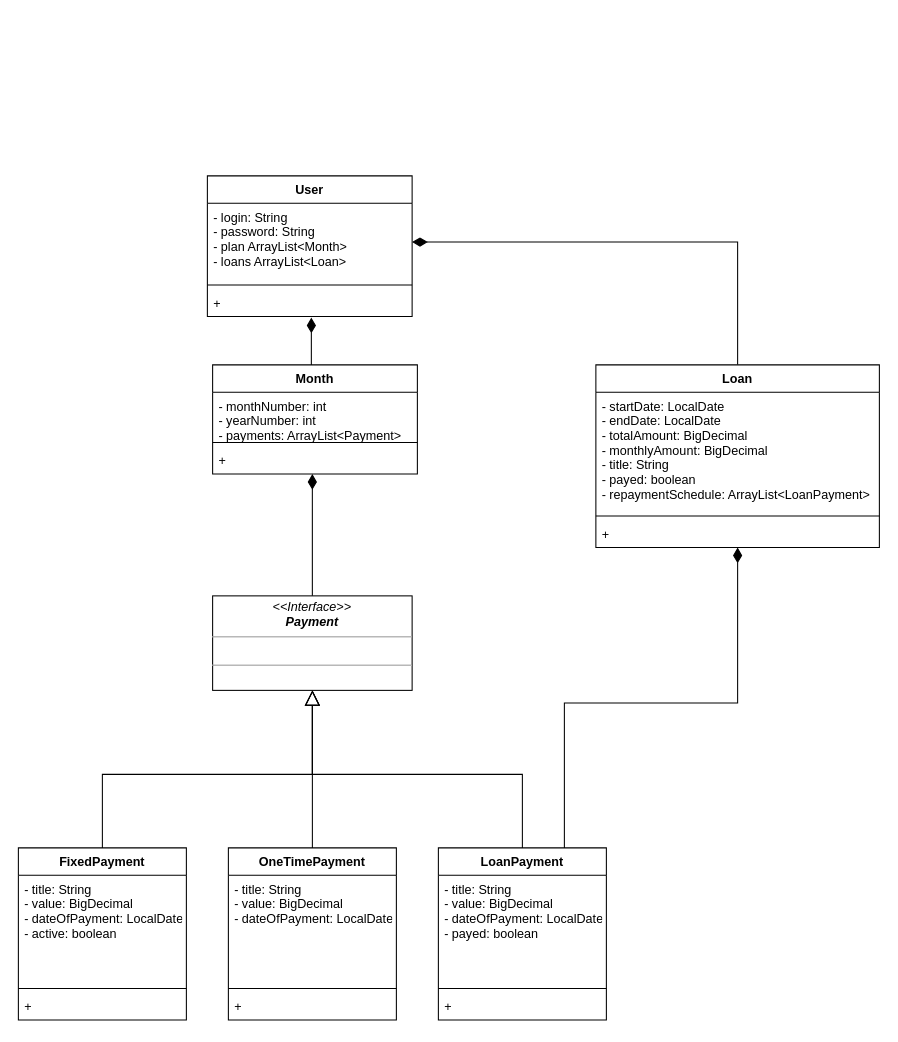
This is paymentsdrawio.drawio from dwstef/expenditure, a draw.io file, before an edit. Source tidied: cells renumbered, new cells numbered last; positions are measured from the earlier drawing's top-left corner, leaving out a move shared by most shapes. Both pictures are drawn from the tidied source at 105%, with x=0, y=0 at pixel (18, 175).
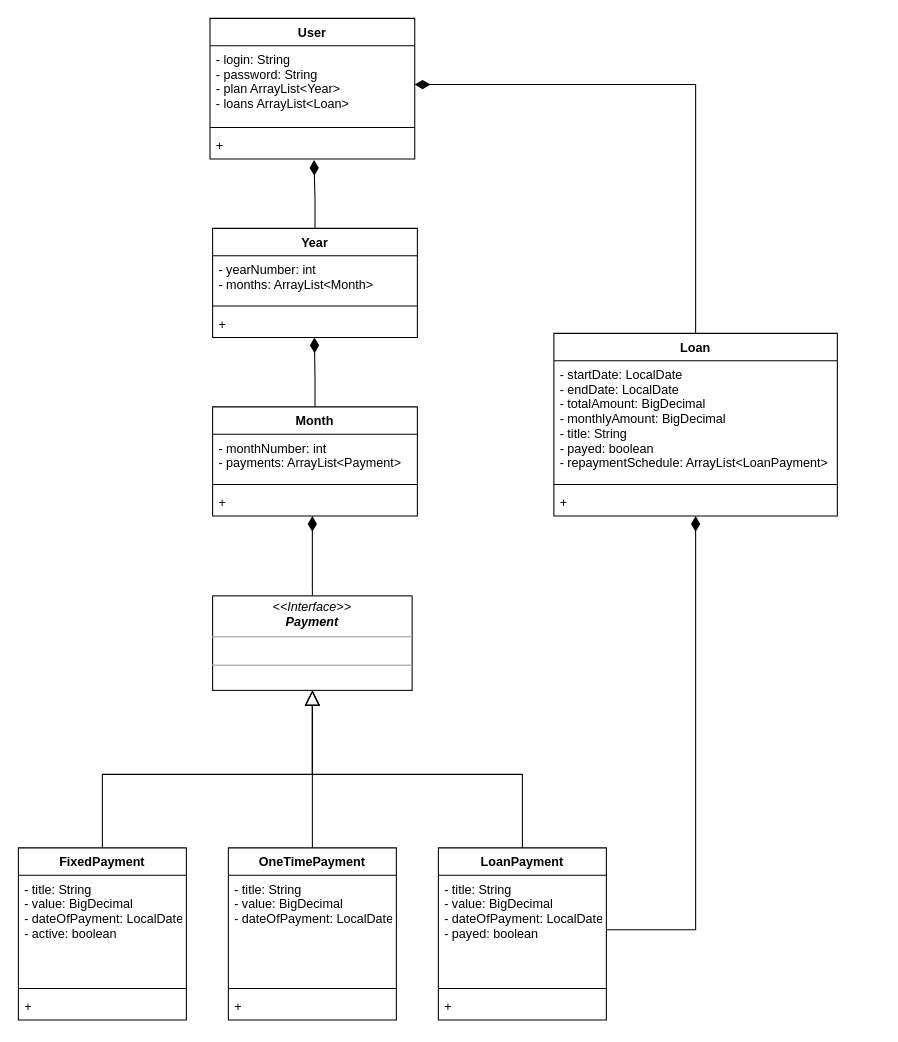
The same diagram, later.

Unchanged cells that the change refers to:
```xml
<mxCell id="11" value="LoanPayment" style="swimlane;fontStyle=1;align=center;verticalAlign=top;horizontal=1;startSize=26;" parent="1" vertex="1">
  <mxGeometry x="400" y="640" width="160" height="164" as="geometry" />
</mxCell>
<mxCell id="12" value="- title: String&#10;- value: BigDecimal&#10;- dateOfPayment: LocalDate&#10;- payed: boolean" style="text;strokeColor=none;fillColor=none;align=left;verticalAlign=top;spacingLeft=4;spacingRight=4;overflow=hidden;points=[[0,0.5],[1,0.5]];portConstraint=eastwest;" parent="11" vertex="1">
  <mxGeometry y="26" width="160" height="104" as="geometry" />
</mxCell>
<mxCell id="32" value="+ " style="text;strokeColor=none;fillColor=none;align=left;verticalAlign=top;spacingLeft=4;spacingRight=4;overflow=hidden;points=[[0,0.5],[1,0.5]];portConstraint=eastwest;" parent="29" vertex="1">
  <mxGeometry y="108" width="195" height="26" as="geometry" />
</mxCell>
```

What changed in the source:
```diff
@@
-    <mxCell id="2" style="edgeStyle=orthogonalEdgeStyle;rounded=0;jettySize=auto;html=1;entryX=0.75;entryY=0;entryDx=0;entryDy=0;endArrow=none;endFill=0;startArrow=diamondThin;startFill=1;strokeWidth=1;endSize=12;startSize=12;" parent="1" edge="1" source="4" target="11">
+    <mxCell id="2" style="edgeStyle=orthogonalEdgeStyle;rounded=0;jettySize=auto;html=1;entryX=1;entryY=0.5;entryDx=0;entryDy=0;endArrow=none;endFill=0;startArrow=diamondThin;startFill=1;strokeWidth=1;endSize=12;startSize=12;" parent="1" edge="1" source="4" target="12">
       <mxGeometry relative="1" as="geometry" />
     </mxCell>
@@
     <mxCell id="4" value="Loan" style="swimlane;fontStyle=1;align=center;verticalAlign=top;horizontal=1;startSize=26;" parent="1" vertex="1">
-      <mxGeometry x="550" y="180" width="270" height="174" as="geometry" />
+      <mxGeometry x="510" y="150" width="270" height="174" as="geometry" />
     </mxCell>
@@
+    <mxCell id="34" style="edgeStyle=orthogonalEdgeStyle;rounded=0;jettySize=auto;html=1;exitX=0.5;exitY=0;exitDx=0;exitDy=0;entryX=0.497;entryY=1;entryDx=0;entryDy=0;entryPerimeter=0;endArrow=diamondThin;endFill=1;startSize=12;endSize=12;" parent="1" edge="1" source="25" target="38">
+      <mxGeometry relative="1" as="geometry" />
+    </mxCell>
     <mxCell id="25" value="Month" style="swimlane;fontStyle=1;align=center;verticalAlign=top;horizontal=1;startSize=26;" parent="1" vertex="1">
-      <mxGeometry x="185" y="180" width="195" height="104" as="geometry" />
+      <mxGeometry x="185" y="220" width="195" height="104" as="geometry" />
     </mxCell>
-    <mxCell id="26" value="- monthNumber: int&#10;- yearNumber: int&#10;- payments: ArrayList&lt;Payment&gt;" style="text;strokeColor=none;fillColor=none;align=left;verticalAlign=top;spacingLeft=4;spacingRight=4;overflow=hidden;" parent="25" vertex="1">
+    <mxCell id="26" value="- monthNumber: int&#10;- payments: ArrayList&lt;Payment&gt;" style="text;strokeColor=none;fillColor=none;align=left;verticalAlign=top;spacingLeft=4;spacingRight=4;overflow=hidden;" parent="25" vertex="1">
       <mxGeometry y="26" width="195" height="44" as="geometry" />
     </mxCell>
@@
     <mxCell id="29" value="User" style="swimlane;fontStyle=1;align=center;verticalAlign=top;horizontal=1;startSize=26;" parent="1" vertex="1">
-      <mxGeometry x="180" width="195" height="134" as="geometry" />
+      <mxGeometry x="182.5" y="-150" width="195" height="134" as="geometry" />
     </mxCell>
-    <mxCell id="30" value="- login: String&#10;- password: String&#10;- plan ArrayList&lt;Month&gt;&#10;- loans ArrayList&lt;Loan&gt;" style="text;strokeColor=none;fillColor=none;align=left;verticalAlign=top;spacingLeft=4;spacingRight=4;overflow=hidden;points=[[0,0.5],[1,0.5]];portConstraint=eastwest;" parent="29" vertex="1">
+    <mxCell id="30" value="- login: String&#10;- password: String&#10;- plan ArrayList&lt;Year&gt;&#10;- loans ArrayList&lt;Loan&gt;" style="text;strokeColor=none;fillColor=none;align=left;verticalAlign=top;spacingLeft=4;spacingRight=4;overflow=hidden;points=[[0,0.5],[1,0.5]];portConstraint=eastwest;" parent="29" vertex="1">
       <mxGeometry y="26" width="195" height="74" as="geometry" />
     </mxCell>
@@
-    <mxCell id="33" style="edgeStyle=orthogonalEdgeStyle;rounded=0;jettySize=auto;html=1;entryX=0.508;entryY=1.038;entryDx=0;entryDy=0;entryPerimeter=0;endArrow=diamondThin;endFill=1;startSize=12;endSize=12;" parent="1" edge="1" target="32">
-      <mxGeometry relative="1" as="geometry">
-        <mxPoint x="279" y="180" as="sourcePoint" />
-      </mxGeometry>
+    <mxCell id="33" style="edgeStyle=orthogonalEdgeStyle;rounded=0;jettySize=auto;html=1;entryX=0.508;entryY=1.038;entryDx=0;entryDy=0;entryPerimeter=0;endArrow=diamondThin;endFill=1;startSize=12;endSize=12;exitX=0.5;exitY=0;exitDx=0;exitDy=0;" parent="1" edge="1" source="35" target="32">
+      <mxGeometry relative="1" as="geometry" />
     </mxCell>
+    <mxCell id="35" value="Year" style="swimlane;fontStyle=1;align=center;verticalAlign=top;horizontal=1;startSize=26;" parent="1" vertex="1">
+      <mxGeometry x="185" y="50" width="195" height="104" as="geometry" />
+    </mxCell>
+    <mxCell id="36" value="- yearNumber: int&#10;- months: ArrayList&lt;Month&gt;" style="text;strokeColor=none;fillColor=none;align=left;verticalAlign=top;spacingLeft=4;spacingRight=4;overflow=hidden;" parent="35" vertex="1">
+      <mxGeometry y="26" width="195" height="44" as="geometry" />
+    </mxCell>
+    <mxCell id="37" style="line;strokeWidth=1;fillColor=none;align=left;verticalAlign=middle;spacingTop=-1;spacingLeft=3;spacingRight=3;labelPosition=right;" parent="35" vertex="1">
+      <mxGeometry y="70" width="195" height="8" as="geometry" />
+    </mxCell>
+    <mxCell id="38" value="+ " style="text;strokeColor=none;fillColor=none;align=left;verticalAlign=top;spacingLeft=4;spacingRight=4;overflow=hidden;points=[[0,0.5],[1,0.5]];portConstraint=eastwest;" parent="35" vertex="1">
+      <mxGeometry y="78" width="195" height="26" as="geometry" />
+    </mxCell>
```
